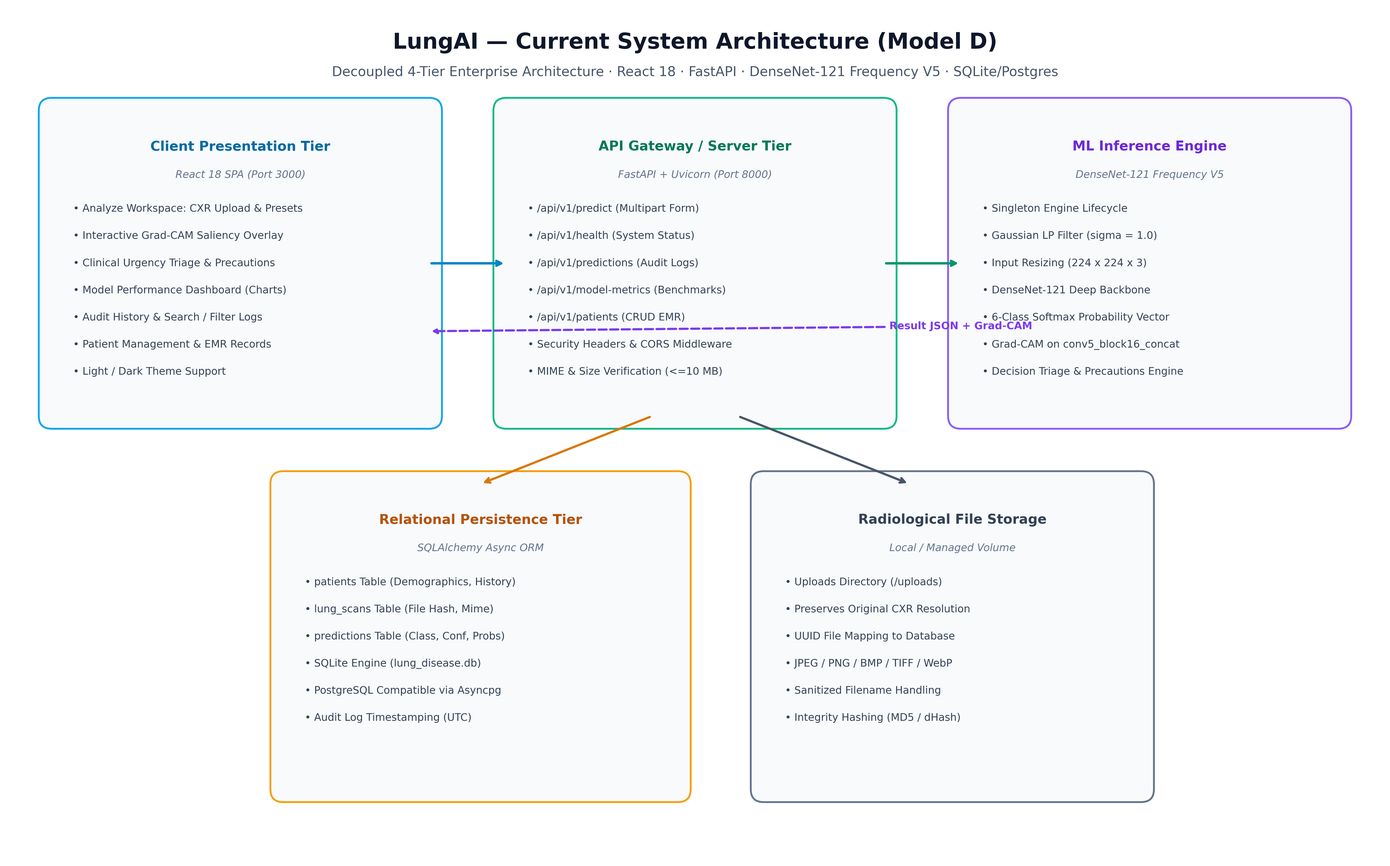
This is docs/diagrams/rendered/system_architecture.png from KSathwik/Lung_Disease_Detector, a Mermaid export, as it was before one commit. Its source is kept beside it as docs/diagrams/source/system_architecture.mmd. Source of this version:
```mermaid
graph TD
    subgraph Client_Presentation_Tier ["Client Presentation Tier (React 18 SPA)"]
        UI_Analyze["Analyze Workspace<br/>• CXR Drag & Drop / Presets<br/>• Interactive Saliency & Heatmap View<br/>• Clinical Triage Alerts"]
        UI_Metrics["Model Performance Dashboard<br/>• CNN Baseline vs ResNet50 vs Model D<br/>• Accuracy, F1, AUC Radar & Bar Charts"]
        UI_History["History & Audit Log<br/>• Search, Severity Filter (Routine/Urgent/Emerg)<br/>• Scan Metadata & Diagnostic Details"]
        UI_Patients["Patient Management Portal<br/>• Demographic Records<br/>• Scan Association & EMR Integration"]
    end

    subgraph API_Gateway_Tier ["API Gateway & Application Server (FastAPI + Uvicorn)"]
        Router_Health["/api/v1/health<br/>• System Status & Version"]
        Router_Predict["/api/v1/predict<br/>• Multipart CXR Ingestion<br/>• MIME & Size Verification (&le;10MB)"]
        Router_History["/api/v1/predictions<br/>• Historical Record Retrieval"]
        Router_Metrics["/api/v1/model-metrics<br/>• Benchmark Cache & Stats"]
        Router_Patients["/api/v1/patients<br/>• Patient Record CRUD"]
        Router_Reports["/api/v1/reports/generate/{id}<br/>• Structured PDF/JSON Report"]
    end

    subgraph ML_Inference_Tier ["ML Decision Support Pipeline (Model D Singleton)"]
        Validation["Image Integrity & Decoupling<br/>Grayscale/RGBA &rarr; 3-Channel RGB"]
        FreqPreproc["Model D Frequency Preprocessing<br/>Gaussian Low-Pass Filter (&sigma; = 1.0)<br/>Resize 224&times;224 &times; 3 &bull; Scale [0, 1]"]
        DenseNet121["DenseNet-121 Deep Backbone<br/>4 Dense Blocks (6, 12, 24, 16 layers)<br/>Target Layer: conv5_block16_concat"]
        Classifier["Dense Classification Head<br/>Global Average Pooling &bull; Dropout (0.3)<br/>6-Class Softmax Probability Distribution"]
        DecisionSupport["Clinical Decision & Triage Engine<br/>• Severity Urgency: Routine / Urgent / Emergency<br/>• Differential Diagnosis Ranking<br/>• Key Findings & Clinical Precautions"]
        GradCAM["Explainability Engine (Grad-CAM)<br/>Feature Map Gradient Backpropagation<br/>Jet Heatmap Alpha-Blending onto Original CXR"]
    end

    subgraph Data_Persistence_Tier ["Persistence & Storage Layer (SQLAlchemy ORM)"]
        DB_Patient["Patient Entity<br/>ID, Demographics, History"]
        DB_Scan["LungScan Entity<br/>File Hash, Mime, Path"]
        DB_Prediction["Prediction Entity<br/>Class, Probabilities, Findings"]
        Storage_Disk["Uploads Volume<br/>Raw Radiographs & Scans"]
    end

    UI_Analyze --> Router_Predict
    UI_Metrics --> Router_Metrics
    UI_History --> Router_History
    UI_Patients --> Router_Patients

    Router_Predict --> Validation
    Validation --> FreqPreproc
    FreqPreproc --> DenseNet121
    DenseNet121 --> Classifier
    Classifier --> DecisionSupport
    DenseNet121 --> GradCAM
    GradCAM --> DecisionSupport

    DecisionSupport --> DB_Prediction
    Router_Predict --> DB_Scan
    Router_Patients --> DB_Patient
    Router_Predict --> Storage_Disk

    DecisionSupport -.->|Structured JSON + Base64 Heatmap| UI_Analyze
```
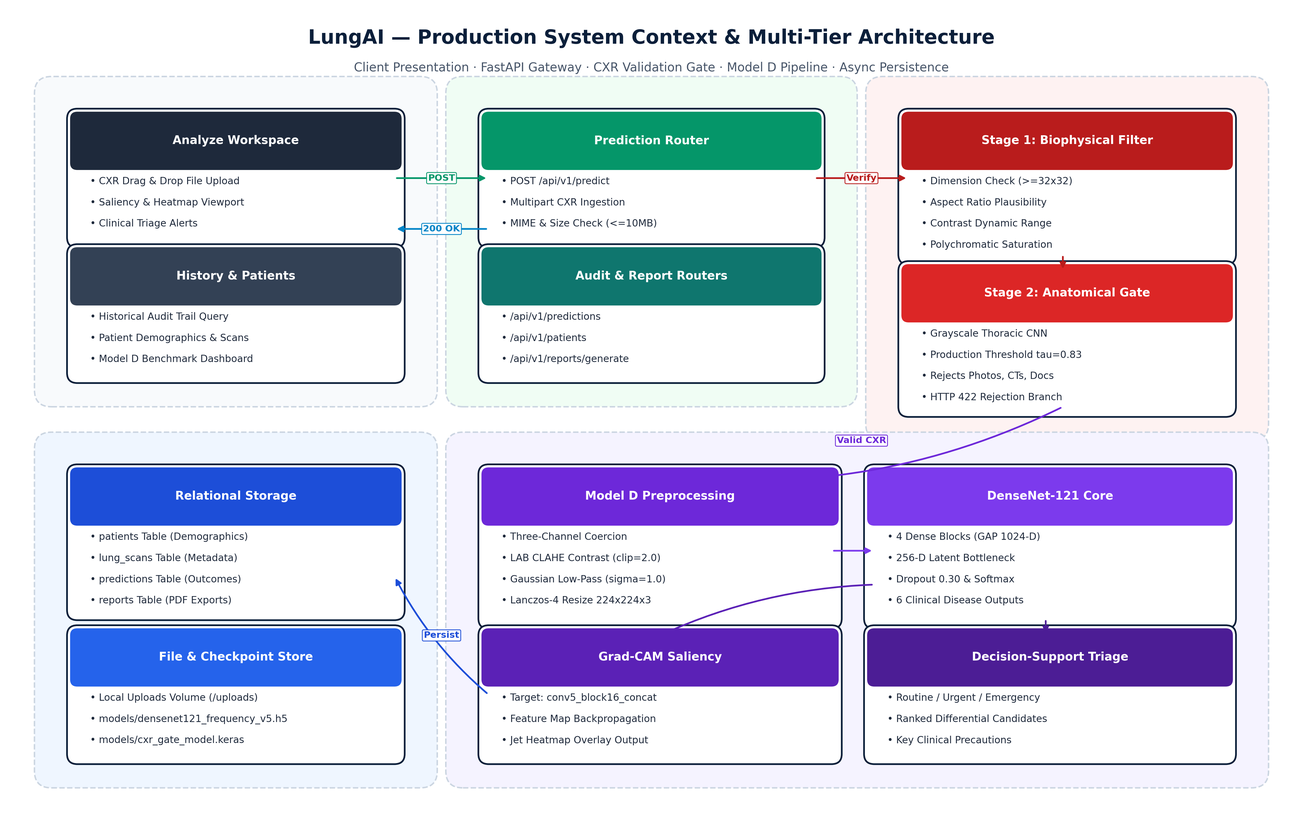
After the change.

Diff of the diagram source:
```diff
@@ -1,34 +1,40 @@
 graph TD
-    subgraph Client_Presentation_Tier ["Client Presentation Tier (React 18 SPA)"]
-        UI_Analyze["Analyze Workspace<br/>• CXR Drag & Drop / Presets<br/>• Interactive Saliency & Heatmap View<br/>• Clinical Triage Alerts"]
-        UI_Metrics["Model Performance Dashboard<br/>• CNN Baseline vs ResNet50 vs Model D<br/>• Accuracy, F1, AUC Radar & Bar Charts"]
-        UI_History["History & Audit Log<br/>• Search, Severity Filter (Routine/Urgent/Emerg)<br/>• Scan Metadata & Diagnostic Details"]
-        UI_Patients["Patient Management Portal<br/>• Demographic Records<br/>• Scan Association & EMR Integration"]
+    subgraph Client_Tier ["Client Presentation Tier (React 18 SPA)"]
+        UI_Analyze["Analyze Workspace<br/>• CXR Drag & Drop<br/>• Heatmap Controls<br/>• Clinical Triage Alerts"]
+        UI_Metrics["Model Benchmark Dashboard<br/>• 5-Paradigm Comparison<br/>• F1, AUC, PR Metrics"]
+        UI_History["History & Audit Log<br/>• Search & Severity Filter<br/>• Diagnostic Metadata"]
+        UI_Patients["Patient Management Portal<br/>• Demographic Records<br/>• Scan Associations"]
     end
 
-    subgraph API_Gateway_Tier ["API Gateway & Application Server (FastAPI + Uvicorn)"]
+    subgraph API_Tier ["API Gateway & Application Server (FastAPI + Uvicorn)"]
         Router_Health["/api/v1/health<br/>• System Status & Version"]
-        Router_Predict["/api/v1/predict<br/>• Multipart CXR Ingestion<br/>• MIME & Size Verification (&le;10MB)"]
-        Router_History["/api/v1/predictions<br/>• Historical Record Retrieval"]
+        Router_Predict["/api/v1/predict<br/>• Multipart CXR Ingestion<br/>• MIME & Size Verification"]
+        Router_History["/api/v1/predictions<br/>• Audit Record Retrieval"]
         Router_Metrics["/api/v1/model-metrics<br/>• Benchmark Cache & Stats"]
         Router_Patients["/api/v1/patients<br/>• Patient Record CRUD"]
         Router_Reports["/api/v1/reports/generate/{id}<br/>• Structured PDF/JSON Report"]
     end
 
-    subgraph ML_Inference_Tier ["ML Decision Support Pipeline (Model D Singleton)"]
-        Validation["Image Integrity & Decoupling<br/>Grayscale/RGBA &rarr; 3-Channel RGB"]
-        FreqPreproc["Model D Frequency Preprocessing<br/>Gaussian Low-Pass Filter (&sigma; = 1.0)<br/>Resize 224&times;224 &times; 3 &bull; Scale [0, 1]"]
-        DenseNet121["DenseNet-121 Deep Backbone<br/>4 Dense Blocks (6, 12, 24, 16 layers)<br/>Target Layer: conv5_block16_concat"]
-        Classifier["Dense Classification Head<br/>Global Average Pooling &bull; Dropout (0.3)<br/>6-Class Softmax Probability Distribution"]
-        DecisionSupport["Clinical Decision & Triage Engine<br/>• Severity Urgency: Routine / Urgent / Emergency<br/>• Differential Diagnosis Ranking<br/>• Key Findings & Clinical Precautions"]
-        GradCAM["Explainability Engine (Grad-CAM)<br/>Feature Map Gradient Backpropagation<br/>Jet Heatmap Alpha-Blending onto Original CXR"]
+    subgraph Gate_Tier ["CXR Ingestion Tier (Two-Stage Validation Gate)"]
+        Gate_Stage1["Stage 1: Biophysical Heuristics<br/>• Resolution &ge; 32x32<br/>• Aspect Ratio &le; 2.2:1<br/>• Contrast Dynamic Range<br/>• Polychromatic Saturation Screening"]
+        Gate_Stage2["Stage 2: Deep Anatomical Gate<br/>• Grayscale Thoracic Classifier<br/>• Production Threshold &tau; = 0.83<br/>• Rejects Non-CXR & Axial CT Scans"]
+        Gate_Reject["HTTP 422 INVALID_CXR<br/>• Downstream Inference Bypassed<br/>• DB Persistence Bypassed"]
     end
 
-    subgraph Data_Persistence_Tier ["Persistence & Storage Layer (SQLAlchemy ORM)"]
-        DB_Patient["Patient Entity<br/>ID, Demographics, History"]
-        DB_Scan["LungScan Entity<br/>File Hash, Mime, Path"]
-        DB_Prediction["Prediction Entity<br/>Class, Probabilities, Findings"]
-        Storage_Disk["Uploads Volume<br/>Raw Radiographs & Scans"]
+    subgraph ML_Tier ["ML Decision Support Pipeline (Model D Singleton)"]
+        Preprocessing["Model D Preprocessing<br/>• LAB CLAHE Enhancement<br/>• Gaussian Low-Pass (&sigma; = 1.0)<br/>• Lanczos-4 Resize 224x224x3"]
+        ModelD["DenseNet-121 Deep Backbone<br/>• 4 Dense Blocks (1024-D GAP)<br/>• 256-D Bottleneck (ReLU)<br/>• Dropout (0.30)"]
+        Classifier["Classification Head<br/>• 6-Class Softmax Distribution<br/>• COVID, Normal, Effusion, Pneumonia, Nodule, TB"]
+        GradCAM["Explainability Engine (Grad-CAM)<br/>• Layer: conv5_block16_concat<br/>• Jet Heatmap Alpha-Blending"]
+        Triage["Decision Support & Triage<br/>• Routine / Urgent / Emergency<br/>• Differential Diagnoses & Precautions"]
+    end
+
+    subgraph DB_Tier ["Persistence Tier (SQLAlchemy ORM + SQLite/PostgreSQL)"]
+        DB_Patient["patients Table<br/>Demographics & Records"]
+        DB_Scan["lung_scans Table<br/>Scan UUID, File Path, Mime"]
+        DB_Prediction["predictions Table<br/>Class, Probabilities, Findings"]
+        DB_Report["reports Table<br/>Structured Clinical Summaries"]
+        Storage["Uploads Storage<br/>Raw Radiographs & Overlays"]
     end
 
     UI_Analyze --> Router_Predict
@@ -36,17 +42,19 @@
     UI_History --> Router_History
     UI_Patients --> Router_Patients
 
-    Router_Predict --> Validation
-    Validation --> FreqPreproc
-    FreqPreproc --> DenseNet121
-    DenseNet121 --> Classifier
-    Classifier --> DecisionSupport
-    DenseNet121 --> GradCAM
-    GradCAM --> DecisionSupport
+    Router_Predict --> Gate_Stage1
+    Gate_Stage1 -->|Pass| Gate_Stage2
+    Gate_Stage1 -->|Fail| Gate_Reject
+    Gate_Stage2 -->|Pass| Preprocessing
+    Gate_Stage2 -->|Fail| Gate_Reject
 
-    DecisionSupport --> DB_Prediction
+    Preprocessing --> ModelD
+    ModelD --> Classifier
+    Classifier --> Triage
+    ModelD --> GradCAM
+
     Router_Predict --> DB_Scan
+    Triage --> DB_Prediction
     Router_Patients --> DB_Patient
-    Router_Predict --> Storage_Disk
-
-    DecisionSupport -.->|Structured JSON + Base64 Heatmap| UI_Analyze
+    Router_Reports --> DB_Report
+    Router_Predict --> Storage
```
